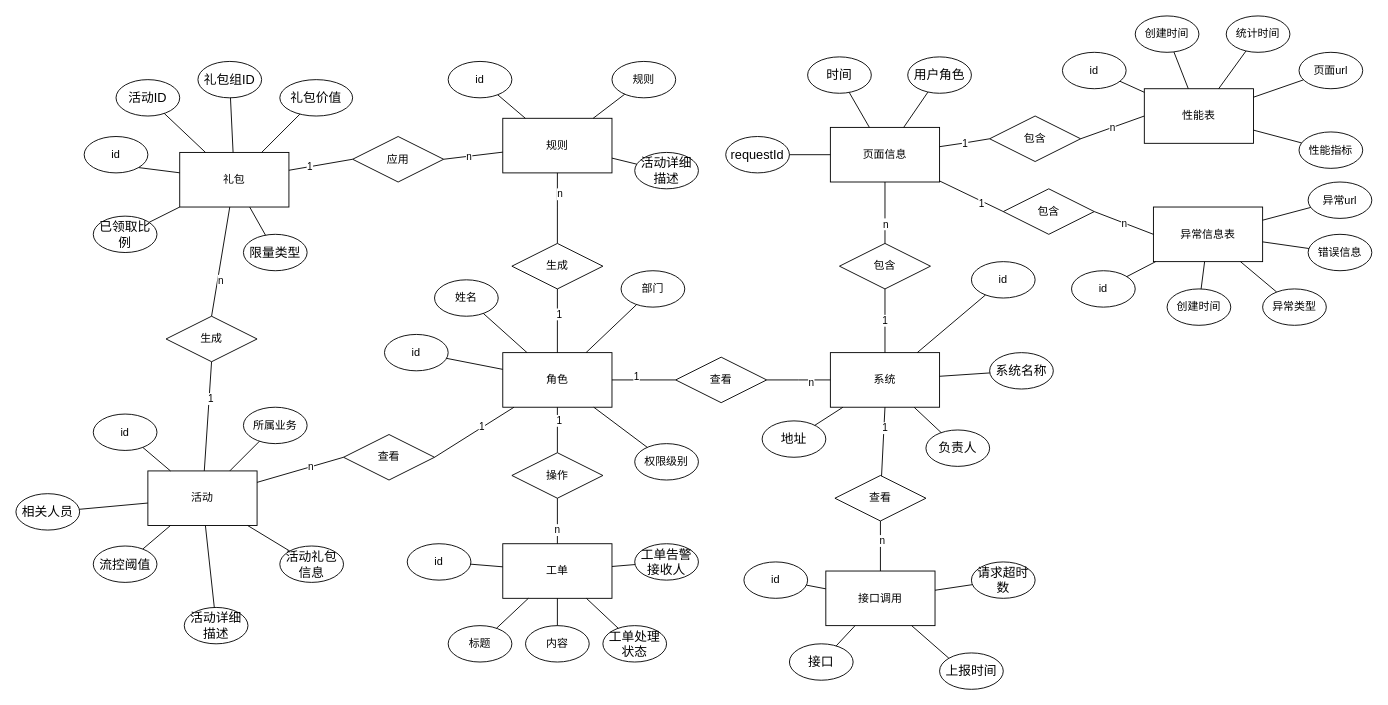
The draw.io diagram 数据库E-R图.drawio in FelixTt/repositoryForDraw.io, before the edit. Source tidied: cells renumbered, new cells numbered last; positions are measured from the earlier drawing's top-left corner, leaving out a move shared by most shapes. Both pictures are drawn from the tidied source at 91%, with x=0, y=0 at pixel (15, 15).
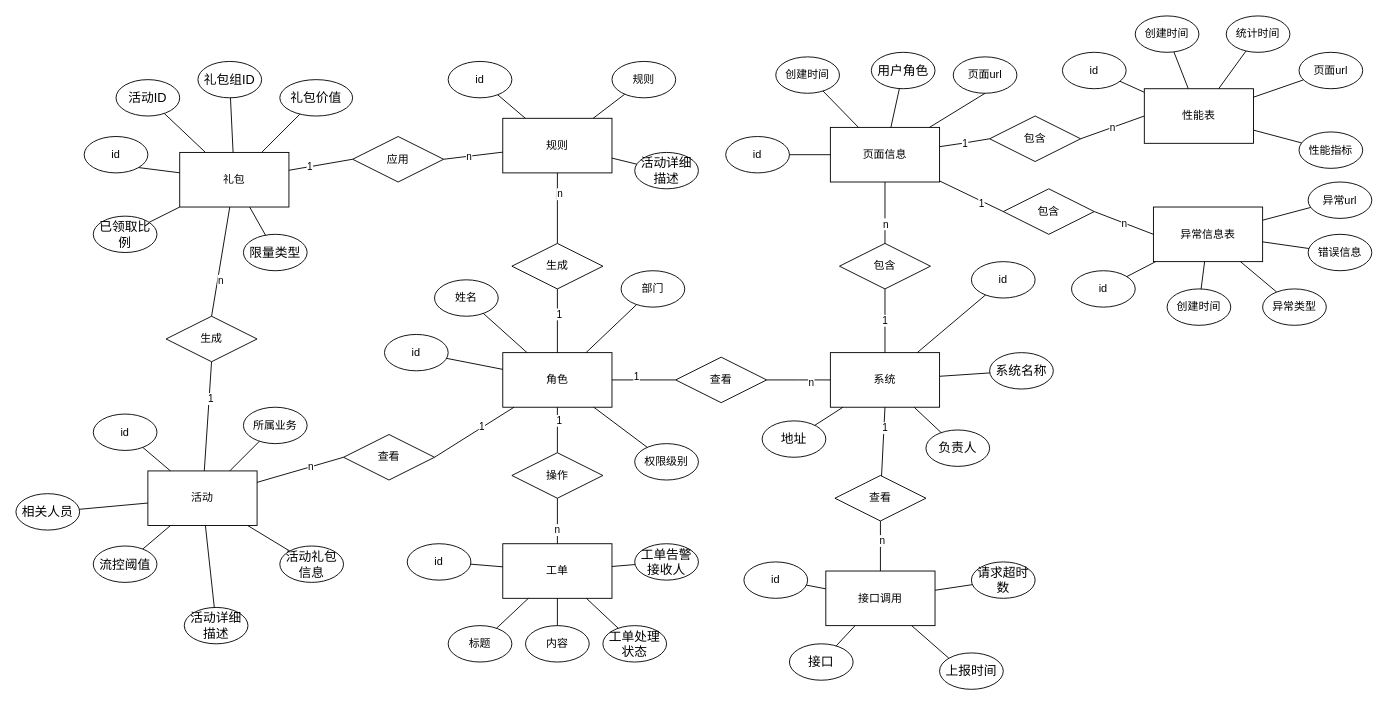
Above is the later version.

Commit message:
更新数据库E-R图.drawio

The change refers to these unchanged cells:
```xml
<mxCell id="6" value="页面信息" style="rounded=0;whiteSpace=wrap;html=1;" parent="1" vertex="1">
  <mxGeometry x="895" y="122.5" width="120" height="60" as="geometry" />
</mxCell>
```

What changed in the source:
```diff
@@
-    <mxCell id="86" value="&lt;p class=&quot;MsoNormal&quot;&gt;&lt;span style=&quot;mso-spacerun:'yes';font-family:宋体;font-size:10.5000pt;&lt;br/&gt;mso-font-kerning:1.0000pt;&quot;&gt;requestId&lt;/span&gt;&lt;/p&gt;" style="ellipse;whiteSpace=wrap;html=1;" parent="1" vertex="1">
+    <mxCell id="86" value="&lt;p class=&quot;MsoNormal&quot;&gt;&lt;span&gt;id&lt;/span&gt;&lt;/p&gt;" style="ellipse;whiteSpace=wrap;html=1;" parent="1" vertex="1">
       <mxGeometry x="780" y="132.5" width="70" height="40" as="geometry" />
     </mxCell>
-    <mxCell id="87" value="&lt;p class=&quot;MsoNormal&quot;&gt;&lt;span style=&quot;mso-spacerun:'yes';font-family:宋体;font-size:10.5000pt;&lt;br/&gt;mso-font-kerning:1.0000pt;&quot;&gt;时间&lt;/span&gt;&lt;/p&gt;" style="ellipse;whiteSpace=wrap;html=1;" parent="1" vertex="1">
-      <mxGeometry x="870" y="45" width="70" height="40" as="geometry" />
+    <mxCell id="87" value="&lt;p class=&quot;MsoNormal&quot;&gt;创建时间&lt;/p&gt;" style="ellipse;whiteSpace=wrap;html=1;" parent="1" vertex="1">
+      <mxGeometry x="835" y="45" width="70" height="40" as="geometry" />
     </mxCell>
     <mxCell id="88" value="&lt;p class=&quot;MsoNormal&quot;&gt;&lt;span style=&quot;mso-spacerun:'yes';font-family:宋体;font-size:10.5000pt;&lt;br/&gt;mso-font-kerning:1.0000pt;&quot;&gt;用户角色&lt;/span&gt;&lt;/p&gt;" style="ellipse;whiteSpace=wrap;html=1;" parent="1" vertex="1">
-      <mxGeometry x="980" y="45" width="70" height="40" as="geometry" />
+      <mxGeometry x="940" y="40" width="70" height="40" as="geometry" />
     </mxCell>
@@
+    <mxCell id="148" value="&lt;p class=&quot;MsoNormal&quot;&gt;页面url&lt;/p&gt;" style="ellipse;whiteSpace=wrap;html=1;" parent="1" vertex="1">
+      <mxGeometry x="1030" y="45" width="70" height="40" as="geometry" />
+    </mxCell>
+    <mxCell id="149" style="endArrow=none;html=1;rounded=0;exitX=0.5;exitY=1;exitDx=0;exitDy=0;" parent="1" edge="1" source="148" target="6">
+      <mxGeometry relative="1" as="geometry" />
+    </mxCell>
```
